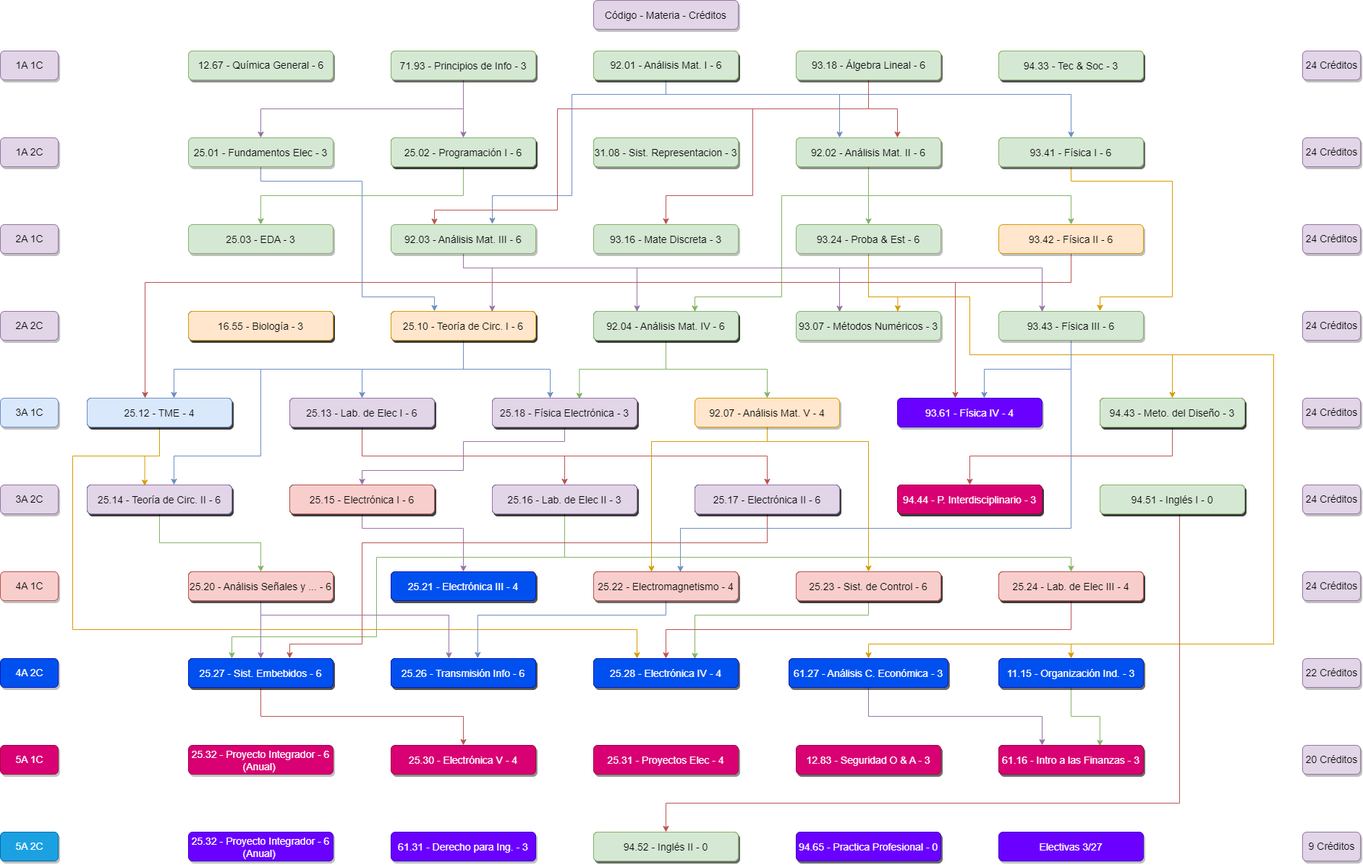
juanipla/K22 keeps this draw.io diagram as K22.drawio.png. Above is the earlier version. Source tidied: cells renumbered, new cells last; positions are measured from the earlier drawing's top-left corner, leaving out a move shared by most shapes.
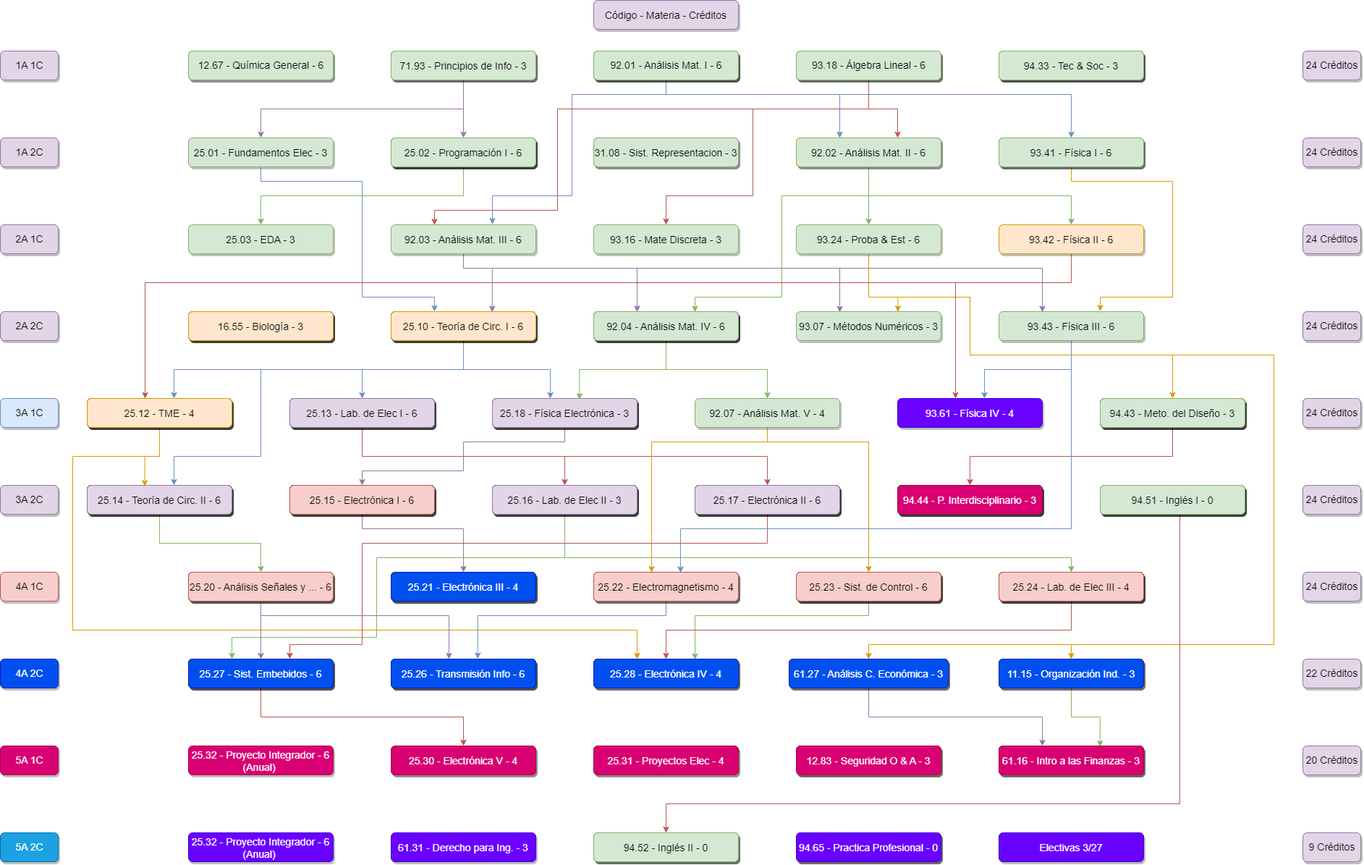
After the commit.

Diff of the diagram source:
```diff
@@ -354,7 +354,7 @@
         </Array>
       </mxGeometry>
     </mxCell>
-    <mxCell id="62" value="92.07 - Análisis Mat. V - 4" style="rounded=1;fillColor=#ffe6cc;strokeColor=#d79b00;shadow=1;fontStyle=0;fontSize=14;labelBorderColor=none;labelBackgroundColor=none;verticalAlign=middle;" parent="1" vertex="1">
+    <mxCell id="62" value="92.07 - Análisis Mat. V - 4" style="rounded=1;fillColor=#d5e8d4;strokeColor=#82b366;shadow=1;fontStyle=0;fontSize=14;labelBorderColor=none;labelBackgroundColor=none;verticalAlign=middle;" parent="1" vertex="1">
       <mxGeometry x="960" y="550" width="200" height="40" as="geometry" />
     </mxCell>
     <mxCell id="63" value="93.61 - Física IV - 4" style="rounded=1;fillColor=#6a00ff;strokeColor=#3700CC;shadow=1;fontStyle=0;fontSize=14;labelBorderColor=none;labelBackgroundColor=none;verticalAlign=middle;fontColor=#ffffff;" parent="1" vertex="1">
@@ -868,7 +868,7 @@
     <mxCell id="199" value="25.13 - Lab. de Elec I - 6" style="rounded=1;fillColor=#e1d5e7;strokeColor=#9673a6;shadow=1;fontStyle=0;fontSize=14;labelBorderColor=none;labelBackgroundColor=none;" parent="1" vertex="1">
       <mxGeometry x="400" y="550" width="200" height="40" as="geometry" />
     </mxCell>
-    <mxCell id="200" value="25.12 - TME - 4" style="rounded=1;fillColor=#dae8fc;strokeColor=#6c8ebf;shadow=1;fontStyle=0;fontSize=14;labelBorderColor=none;labelBackgroundColor=none;" parent="1" vertex="1">
+    <mxCell id="200" value="25.12 - TME - 4" style="rounded=1;fillColor=#ffe6cc;strokeColor=#d79b00;shadow=1;fontStyle=0;fontSize=14;labelBorderColor=none;labelBackgroundColor=none;" parent="1" vertex="1">
       <mxGeometry x="120" y="550" width="200" height="40" as="geometry" />
     </mxCell>
     <mxCell id="201" value="25.14 - Teoría de Circ. II - 6" style="rounded=1;fillColor=#e1d5e7;strokeColor=#9673a6;shadow=1;fontStyle=0;fontSize=14;labelBorderColor=none;labelBackgroundColor=none;" parent="1" vertex="1">
```
